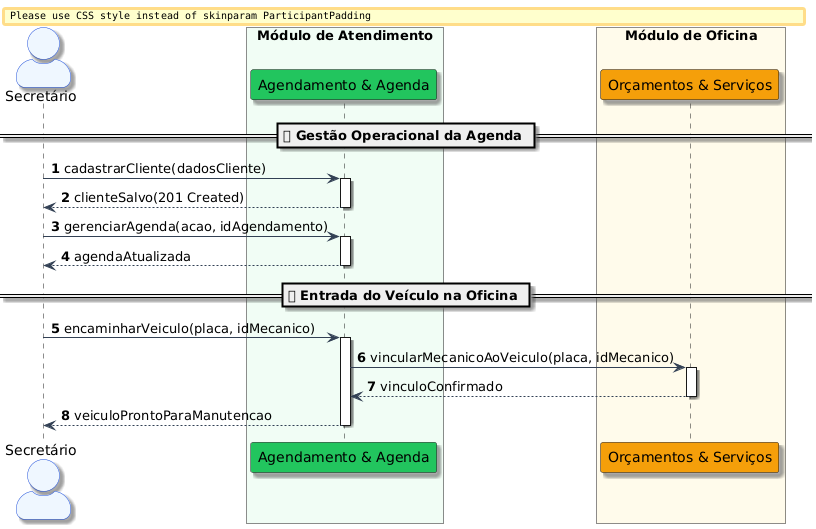
The PlantUML diagram Diagramas/Imagens/Sequencia-Secretario.png in Mateus7799/Autofix, before a commit.
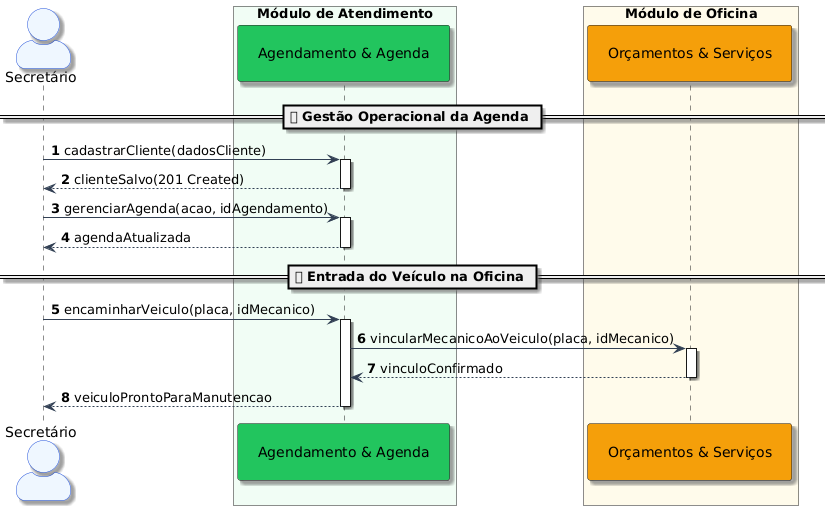
After the commit.

Diff of the diagram source:
```diff
@@ -6,7 +6,11 @@
 skinparam shadowing true
 skinparam defaultFontName "Segoe UI"
 skinparam BoxPadding 25
-skinparam ParticipantPadding 20
+<style>
+participant {
+    Padding 20
+}
+</style>
 
 skinparam actor {
     BackgroundColor #EFF6FF
```
